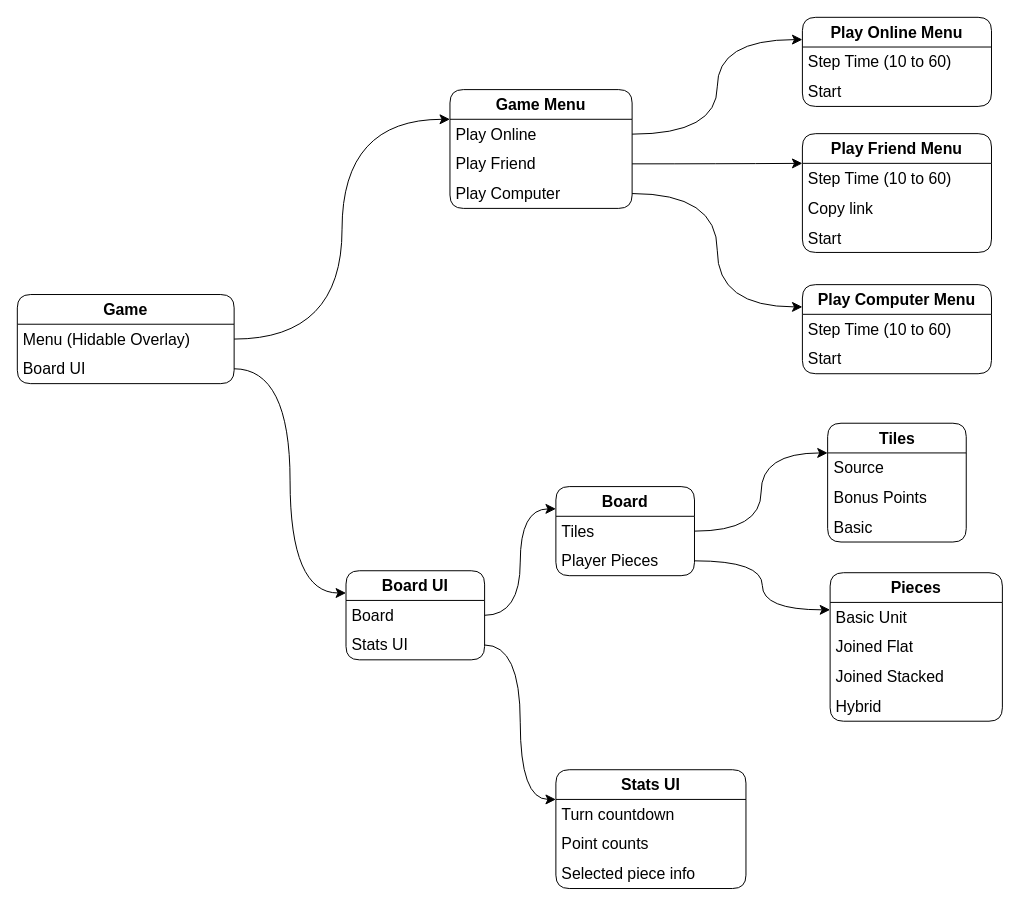
The draw.io diagram FoldersGambit.drawio in sonusario/Folders-Gambit, before the edit. Source tidied: cells renumbered, new cells numbered last; positions are measured from the earlier drawing's top-left corner, leaving out a move shared by most shapes. Both pictures are drawn from the tidied source at 99%, with x=0, y=0 at pixel (17, 17).
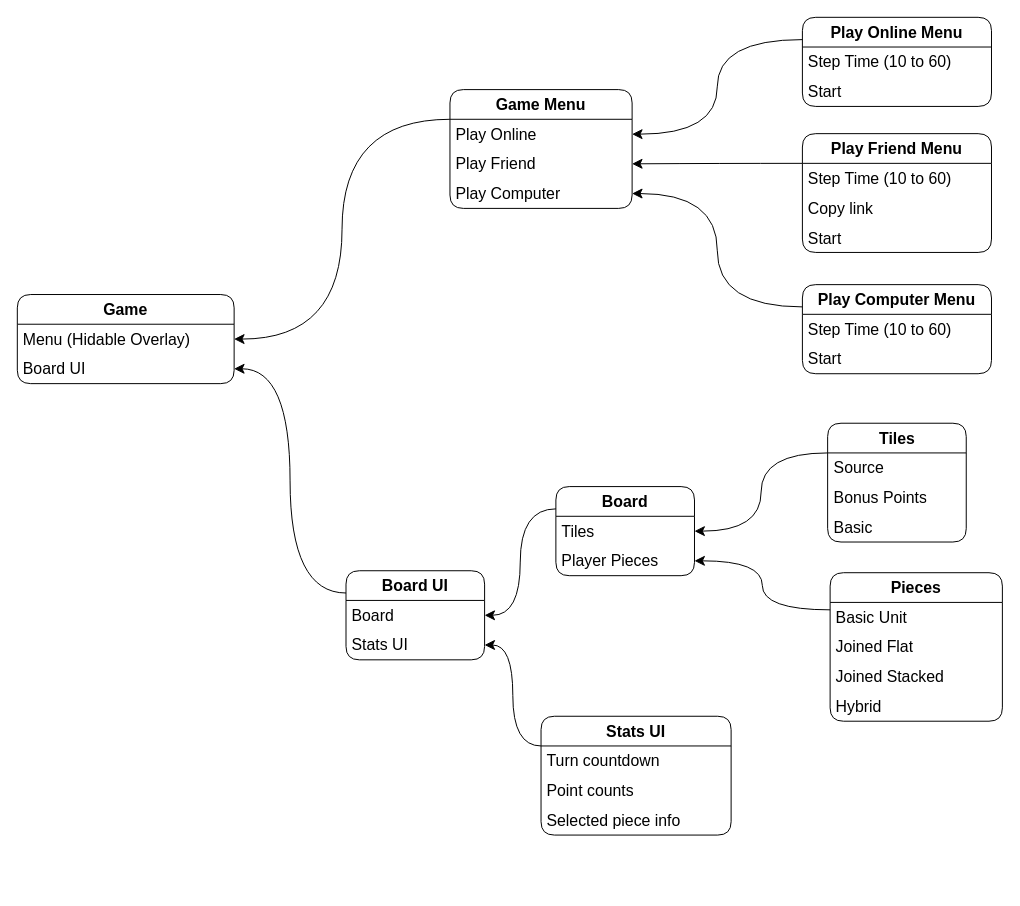
The same diagram, later.

Unchanged cells that the change refers to:
```xml
<mxCell id="2" value="&lt;b&gt;Game Menu&lt;/b&gt;" style="swimlane;fontStyle=0;horizontal=1;startSize=30;whiteSpace=wrap;html=1;fontSize=16;rounded=1;" parent="1" vertex="1">
  <mxGeometry x="437" y="73" width="184" height="120" as="geometry" />
</mxCell>
<mxCell id="3" value="Play Online" style="text;align=left;verticalAlign=middle;spacingLeft=4;spacingRight=4;overflow=hidden;points=[[0,0.5],[1,0.5]];portConstraint=eastwest;whiteSpace=wrap;html=1;fontSize=16;rounded=1;" parent="2" vertex="1">
  <mxGeometry y="30" width="184" height="30" as="geometry" />
</mxCell>
<mxCell id="4" value="Play Friend" style="text;strokeColor=none;fillColor=none;align=left;verticalAlign=middle;spacingLeft=4;spacingRight=4;overflow=hidden;points=[[0,0.5],[1,0.5]];portConstraint=eastwest;whiteSpace=wrap;html=1;fontSize=16;rounded=1;" parent="2" vertex="1">
  <mxGeometry y="60" width="184" height="30" as="geometry" />
</mxCell>
<mxCell id="5" value="Play Computer" style="text;strokeColor=none;fillColor=none;align=left;verticalAlign=middle;spacingLeft=4;spacingRight=4;overflow=hidden;points=[[0,0.5],[1,0.5]];portConstraint=eastwest;whiteSpace=wrap;html=1;fontSize=16;rounded=1;" parent="2" vertex="1">
  <mxGeometry y="90" width="184" height="30" as="geometry" />
</mxCell>
<mxCell id="6" value="&lt;b&gt;Play Online Menu&lt;/b&gt;" style="swimlane;fontStyle=0;horizontal=1;startSize=30;whiteSpace=wrap;html=1;rounded=1;fontSize=16;fillColor=default;" parent="1" vertex="1">
  <mxGeometry x="793" width="191" height="90" as="geometry" />
</mxCell>
<mxCell id="10" value="&lt;b&gt;Play Friend Menu&lt;/b&gt;" style="swimlane;fontStyle=0;horizontal=1;startSize=30;whiteSpace=wrap;html=1;rounded=1;fontSize=16;fillColor=default;" parent="1" vertex="1">
  <mxGeometry x="793" y="117.5" width="191" height="120" as="geometry" />
</mxCell>
<mxCell id="14" value="&lt;b&gt;Play Computer Menu&lt;/b&gt;" style="swimlane;fontStyle=0;horizontal=1;startSize=30;whiteSpace=wrap;html=1;rounded=1;fontSize=16;fillColor=default;" parent="1" vertex="1">
  <mxGeometry x="793" y="270" width="191" height="90" as="geometry" />
</mxCell>
<mxCell id="19" value="&lt;b&gt;Board&lt;/b&gt;" style="swimlane;fontStyle=0;horizontal=1;startSize=30;whiteSpace=wrap;html=1;fontSize=16;rounded=1;" parent="1" vertex="1">
  <mxGeometry x="544" y="474" width="140" height="90" as="geometry" />
</mxCell>
<mxCell id="20" value="Tiles" style="text;strokeColor=none;fillColor=none;align=left;verticalAlign=middle;spacingLeft=4;spacingRight=4;overflow=hidden;points=[[0,0.5],[1,0.5]];portConstraint=eastwest;whiteSpace=wrap;html=1;fontSize=16;" parent="19" vertex="1">
  <mxGeometry y="30" width="140" height="30" as="geometry" />
</mxCell>
<mxCell id="21" value="Player Pieces" style="text;strokeColor=none;fillColor=none;align=left;verticalAlign=middle;spacingLeft=4;spacingRight=4;overflow=hidden;points=[[0,0.5],[1,0.5]];portConstraint=eastwest;whiteSpace=wrap;html=1;fontSize=16;" parent="19" vertex="1">
  <mxGeometry y="60" width="140" height="30" as="geometry" />
</mxCell>
<mxCell id="23" value="Menu (Hidable Overlay)" style="text;strokeColor=none;fillColor=none;align=left;verticalAlign=middle;spacingLeft=4;spacingRight=4;overflow=hidden;points=[[0,0.5],[1,0.5]];portConstraint=eastwest;whiteSpace=wrap;html=1;fontSize=16;" parent="22" vertex="1">
  <mxGeometry y="30" width="219" height="30" as="geometry" />
</mxCell>
<mxCell id="24" value="Board UI" style="text;strokeColor=none;fillColor=none;align=left;verticalAlign=middle;spacingLeft=4;spacingRight=4;overflow=hidden;points=[[0,0.5],[1,0.5]];portConstraint=eastwest;whiteSpace=wrap;html=1;fontSize=16;" parent="22" vertex="1">
  <mxGeometry y="60" width="219" height="30" as="geometry" />
</mxCell>
<mxCell id="25" value="&lt;b&gt;Tiles&lt;/b&gt;" style="swimlane;fontStyle=0;horizontal=1;startSize=30;whiteSpace=wrap;html=1;fontSize=16;rounded=1;" parent="1" vertex="1">
  <mxGeometry x="818.5" y="410" width="140" height="120" as="geometry" />
</mxCell>
<mxCell id="30" value="&lt;b&gt;Pieces&lt;/b&gt;" style="swimlane;fontStyle=0;horizontal=1;startSize=30;whiteSpace=wrap;html=1;fontSize=16;rounded=1;" parent="1" vertex="1">
  <mxGeometry x="821" y="561" width="174" height="150" as="geometry" />
</mxCell>
<mxCell id="41" value="&lt;b&gt;Board UI&lt;/b&gt;" style="swimlane;fontStyle=0;horizontal=1;startSize=30;whiteSpace=wrap;html=1;fontSize=16;rounded=1;" parent="1" vertex="1">
  <mxGeometry x="332" y="559" width="140" height="90" as="geometry" />
</mxCell>
<mxCell id="43" value="Stats UI" style="text;strokeColor=none;fillColor=none;align=left;verticalAlign=middle;spacingLeft=4;spacingRight=4;overflow=hidden;points=[[0,0.5],[1,0.5]];portConstraint=eastwest;whiteSpace=wrap;html=1;fontSize=16;" parent="41" vertex="1">
  <mxGeometry y="60" width="140" height="30" as="geometry" />
</mxCell>
```

What changed in the source:
```diff
@@
-    <mxCell id="9" style="edgeStyle=orthogonalEdgeStyle;curved=1;rounded=0;jettySize=auto;html=1;exitX=1;exitY=0.5;exitDx=0;exitDy=0;entryX=0;entryY=0.25;entryDx=0;entryDy=0;fontSize=12;startSize=8;endSize=8;" parent="1" edge="1" source="3" target="6">
+    <mxCell id="9" style="edgeStyle=orthogonalEdgeStyle;curved=1;rounded=0;jettySize=auto;html=1;exitX=0;exitY=0.25;exitDx=0;exitDy=0;entryX=1;entryY=0.5;entryDx=0;entryDy=0;fontSize=12;startSize=8;endSize=8;" parent="1" edge="1" source="6" target="3">
       <mxGeometry relative="1" as="geometry" />
     </mxCell>
@@
-    <mxCell id="17" style="edgeStyle=orthogonalEdgeStyle;rounded=0;jettySize=auto;html=1;exitX=1;exitY=0.5;exitDx=0;exitDy=0;entryX=0;entryY=0.25;entryDx=0;entryDy=0;fontSize=12;startSize=8;endSize=8;curved=1;" parent="1" edge="1" source="4" target="10">
+    <mxCell id="17" style="edgeStyle=orthogonalEdgeStyle;rounded=0;jettySize=auto;html=1;exitX=0;exitY=0.25;exitDx=0;exitDy=0;entryX=1;entryY=0.5;entryDx=0;entryDy=0;fontSize=12;startSize=8;endSize=8;curved=1;" parent="1" edge="1" source="10" target="4">
       <mxGeometry relative="1" as="geometry" />
     </mxCell>
-    <mxCell id="18" style="edgeStyle=orthogonalEdgeStyle;curved=1;rounded=0;jettySize=auto;html=1;exitX=1;exitY=0.5;exitDx=0;exitDy=0;entryX=0;entryY=0.25;entryDx=0;entryDy=0;fontSize=12;startSize=8;endSize=8;" parent="1" edge="1" source="5" target="14">
+    <mxCell id="18" style="edgeStyle=orthogonalEdgeStyle;curved=1;rounded=0;jettySize=auto;html=1;exitX=0;exitY=0.25;exitDx=0;exitDy=0;entryX=1;entryY=0.5;entryDx=0;entryDy=0;fontSize=12;startSize=8;endSize=8;" parent="1" edge="1" source="14" target="5">
       <mxGeometry relative="1" as="geometry" />
     </mxCell>
@@
-    <mxCell id="29" style="edgeStyle=orthogonalEdgeStyle;curved=1;rounded=0;jettySize=auto;html=1;exitX=1;exitY=0.5;exitDx=0;exitDy=0;entryX=0;entryY=0.25;entryDx=0;entryDy=0;fontSize=12;startSize=8;endSize=8;" parent="1" edge="1" source="20" target="25">
+    <mxCell id="29" style="edgeStyle=orthogonalEdgeStyle;curved=1;rounded=0;jettySize=auto;html=1;exitX=0;exitY=0.25;exitDx=0;exitDy=0;entryX=1;entryY=0.5;entryDx=0;entryDy=0;fontSize=12;startSize=8;endSize=8;" parent="1" edge="1" source="25" target="20">
       <mxGeometry relative="1" as="geometry" />
     </mxCell>
@@
-    <mxCell id="35" style="edgeStyle=orthogonalEdgeStyle;curved=1;rounded=0;jettySize=auto;html=1;exitX=1;exitY=0.5;exitDx=0;exitDy=0;entryX=0;entryY=0.25;entryDx=0;entryDy=0;fontSize=12;startSize=8;endSize=8;" parent="1" edge="1" source="21" target="30">
+    <mxCell id="35" style="edgeStyle=orthogonalEdgeStyle;curved=1;rounded=0;jettySize=auto;html=1;exitX=0;exitY=0.25;exitDx=0;exitDy=0;entryX=1;entryY=0.5;entryDx=0;entryDy=0;fontSize=12;startSize=8;endSize=8;" parent="1" edge="1" source="30" target="21">
       <mxGeometry relative="1" as="geometry" />
     </mxCell>
     <mxCell id="36" value="&lt;b&gt;Stats UI&lt;/b&gt;" style="swimlane;fontStyle=0;horizontal=1;startSize=30;whiteSpace=wrap;html=1;fontSize=16;rounded=1;" parent="1" vertex="1">
-      <mxGeometry x="544" y="760" width="192" height="120" as="geometry" />
+      <mxGeometry x="529" y="706" width="192" height="120" as="geometry" />
     </mxCell>
@@
-    <mxCell id="40" style="edgeStyle=orthogonalEdgeStyle;curved=1;rounded=0;jettySize=auto;html=1;exitX=1;exitY=0.5;exitDx=0;exitDy=0;entryX=0;entryY=0.25;entryDx=0;entryDy=0;fontSize=12;startSize=8;endSize=8;" parent="1" edge="1" source="41" target="19">
+    <mxCell id="40" style="edgeStyle=orthogonalEdgeStyle;curved=1;rounded=0;jettySize=auto;html=1;exitX=0;exitY=0.25;exitDx=0;exitDy=0;entryX=1;entryY=0.5;entryDx=0;entryDy=0;fontSize=12;startSize=8;endSize=8;" parent="1" edge="1" source="19" target="41">
       <mxGeometry relative="1" as="geometry" />
     </mxCell>
@@
-    <mxCell id="44" style="edgeStyle=orthogonalEdgeStyle;curved=1;rounded=0;jettySize=auto;html=1;exitX=1;exitY=0.5;exitDx=0;exitDy=0;entryX=0;entryY=0.25;entryDx=0;entryDy=0;fontSize=12;startSize=8;endSize=8;" parent="1" edge="1" source="43" target="36">
+    <mxCell id="44" style="edgeStyle=orthogonalEdgeStyle;curved=1;rounded=0;jettySize=auto;html=1;exitX=0;exitY=0.25;exitDx=0;exitDy=0;entryX=1;entryY=0.5;entryDx=0;entryDy=0;fontSize=12;startSize=8;endSize=8;" parent="1" edge="1" source="36" target="43">
       <mxGeometry relative="1" as="geometry" />
     </mxCell>
-    <mxCell id="45" style="edgeStyle=orthogonalEdgeStyle;curved=1;rounded=0;jettySize=auto;html=1;exitX=1;exitY=0.5;exitDx=0;exitDy=0;entryX=0;entryY=0.25;entryDx=0;entryDy=0;fontSize=12;startSize=8;endSize=8;" parent="1" edge="1" source="23" target="2">
+    <mxCell id="45" style="edgeStyle=orthogonalEdgeStyle;curved=1;rounded=0;jettySize=auto;html=1;exitX=0;exitY=0.25;exitDx=0;exitDy=0;entryX=1;entryY=0.5;entryDx=0;entryDy=0;fontSize=12;startSize=8;endSize=8;" parent="1" edge="1" source="2" target="23">
       <mxGeometry relative="1" as="geometry" />
     </mxCell>
-    <mxCell id="46" style="edgeStyle=orthogonalEdgeStyle;curved=1;rounded=0;jettySize=auto;html=1;exitX=1;exitY=0.5;exitDx=0;exitDy=0;entryX=0;entryY=0.25;entryDx=0;entryDy=0;fontSize=12;startSize=8;endSize=8;" parent="1" edge="1" source="24" target="41">
+    <mxCell id="46" style="edgeStyle=orthogonalEdgeStyle;curved=1;rounded=0;jettySize=auto;html=1;exitX=0;exitY=0.25;exitDx=0;exitDy=0;entryX=1;entryY=0.5;entryDx=0;entryDy=0;fontSize=12;startSize=8;endSize=8;" parent="1" edge="1" source="41" target="24">
       <mxGeometry relative="1" as="geometry" />
     </mxCell>
```
